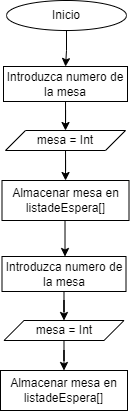
Above: Toma de pedidos.png in dasamepu/Flujo-de-funciones-para-encapsular-algoritmos (draw.io), before the change. Source tidied: cells renumbered, new cells last; positions are measured from the earlier drawing's top-left corner, leaving out a move shared by most shapes.
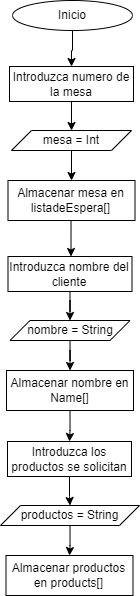
Later version of the same file.

What changed in the source:
```diff
@@ -32,17 +32,35 @@
     <mxCell id="10" style="edgeStyle=orthogonalEdgeStyle;rounded=0;jettySize=auto;html=1;entryX=0.5;entryY=0;entryDx=0;entryDy=0;" parent="1" edge="1" source="11" target="13">
       <mxGeometry relative="1" as="geometry" />
     </mxCell>
-    <mxCell id="11" value="Introduzca numero de la mesa" style="whiteSpace=wrap;html=1;" parent="1" vertex="1">
+    <mxCell id="11" value="Introduzca nombre del cliente" style="whiteSpace=wrap;html=1;" parent="1" vertex="1">
       <mxGeometry x="1.5" y="256" width="124" height="35" as="geometry" />
     </mxCell>
     <mxCell id="12" style="edgeStyle=orthogonalEdgeStyle;rounded=0;jettySize=auto;html=1;" parent="1" edge="1" source="13" target="14">
       <mxGeometry relative="1" as="geometry" />
     </mxCell>
-    <mxCell id="13" value="mesa = Int" style="shape=parallelogram;perimeter=parallelogramPerimeter;whiteSpace=wrap;html=1;fixedSize=1;" parent="1" vertex="1">
+    <mxCell id="13" value="nombre = String" style="shape=parallelogram;perimeter=parallelogramPerimeter;whiteSpace=wrap;html=1;fixedSize=1;" parent="1" vertex="1">
       <mxGeometry x="3.5" y="320" width="120" height="20" as="geometry" />
     </mxCell>
+    <mxCell id="15" style="edgeStyle=orthogonalEdgeStyle;rounded=0;jettySize=auto;html=1;" parent="1" edge="1" source="14" target="17">
+      <mxGeometry relative="1" as="geometry" />
+    </mxCell>
-    <mxCell id="14" value="Almacenar mesa en listadeEspera[]" style="whiteSpace=wrap;html=1;" parent="1" vertex="1">
+    <mxCell id="14" value="Almacenar nombre en Name[]" style="whiteSpace=wrap;html=1;" parent="1" vertex="1">
       <mxGeometry y="370" width="127" height="40" as="geometry" />
     </mxCell>
+    <mxCell id="16" style="edgeStyle=orthogonalEdgeStyle;rounded=0;jettySize=auto;html=1;entryX=0.5;entryY=0;entryDx=0;entryDy=0;" parent="1" edge="1" source="17" target="19">
+      <mxGeometry relative="1" as="geometry" />
+    </mxCell>
+    <mxCell id="17" value="Introduzca los productos se solicitan" style="whiteSpace=wrap;html=1;" parent="1" vertex="1">
+      <mxGeometry x="1" y="441" width="124" height="35" as="geometry" />
+    </mxCell>
+    <mxCell id="18" style="edgeStyle=orthogonalEdgeStyle;rounded=0;jettySize=auto;html=1;" parent="1" edge="1" source="19" target="20">
+      <mxGeometry relative="1" as="geometry" />
+    </mxCell>
+    <mxCell id="19" value="productos = String" style="shape=parallelogram;perimeter=parallelogramPerimeter;whiteSpace=wrap;html=1;fixedSize=1;" parent="1" vertex="1">
+      <mxGeometry x="-6" y="505" width="139" height="20" as="geometry" />
+    </mxCell>
+    <mxCell id="20" value="Almacenar productos en products[]" style="whiteSpace=wrap;html=1;" parent="1" vertex="1">
+      <mxGeometry x="-0.5" y="555" width="127" height="40" as="geometry" />
+    </mxCell>
   </root>
 </mxGraphModel>
```
